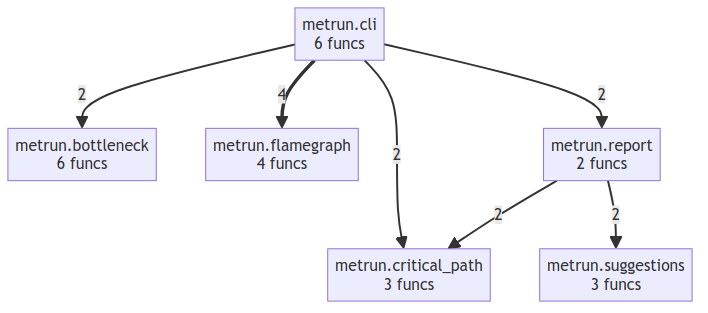
Before: project/compact_flow.png, a diagram exported from Mermaid (semcod/metrun). Its source is kept beside it as project/compact_flow.mmd.
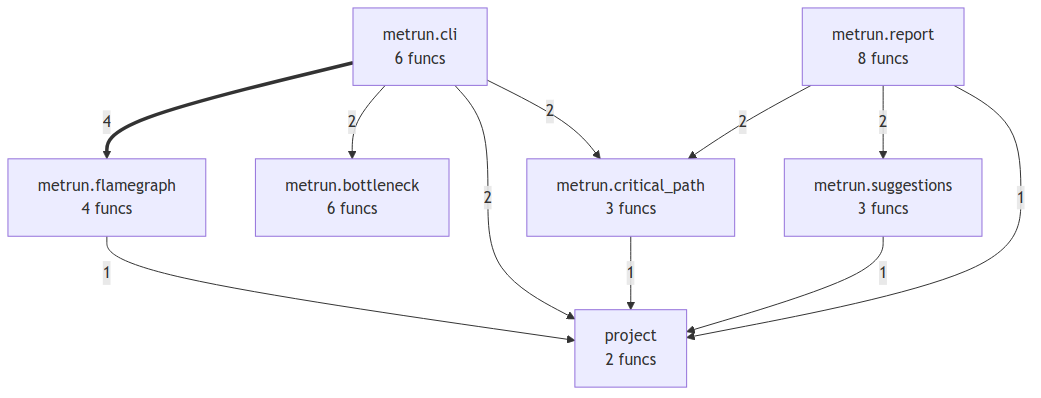
Later version of the same file.

Change to the diagram source:
```diff
@@ -3,11 +3,16 @@
     metrun__cli["metrun.cli<br/>6 funcs"]
     metrun__critical_path["metrun.critical_path<br/>3 funcs"]
     metrun__flamegraph["metrun.flamegraph<br/>4 funcs"]
-    metrun__report["metrun.report<br/>2 funcs"]
+    metrun__report["metrun.report<br/>8 funcs"]
     metrun__suggestions["metrun.suggestions<br/>3 funcs"]
+    project["project<br/>2 funcs"]
     metrun__cli ==>|4| metrun__flamegraph
     metrun__cli -->|2| metrun__bottleneck
-    metrun__cli -->|2| metrun__report
+    metrun__cli -->|2| project
     metrun__cli -->|2| metrun__critical_path
     metrun__report -->|2| metrun__critical_path
     metrun__report -->|2| metrun__suggestions
+    metrun__suggestions -->|1| project
+    metrun__report -->|1| project
+    metrun__flamegraph -->|1| project
+    metrun__critical_path -->|1| project
```
